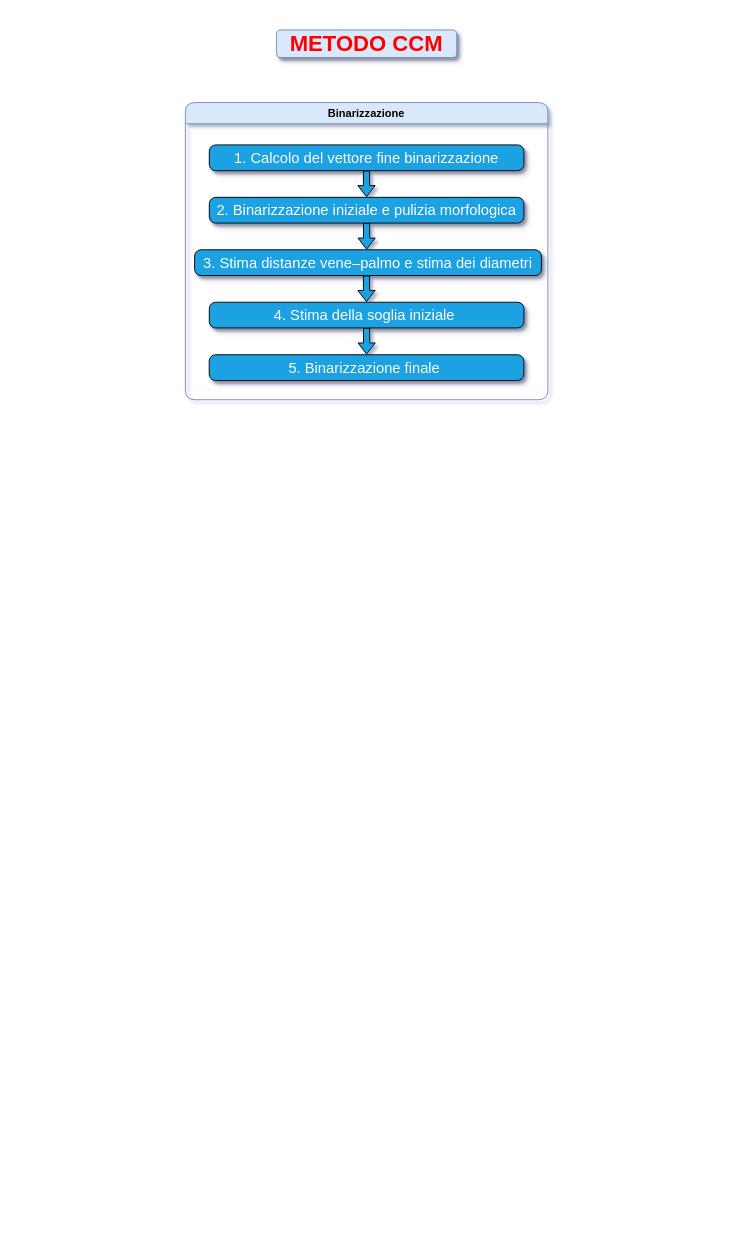
Before: page "Schematizzazione binarizzazione" (1 of 6) of Progetto Stolfi/doc/flowcharts/flowcharts_binarizzazione.drawio in NabboGamer/Progetto-Sensori, a draw.io diagram. Source tidied: cells renumbered, new cells numbered last; positions are measured from the earlier drawing's top-left corner, leaving out a move shared by most shapes. Both pictures are drawn from the tidied source at 92%, with x=0, y=0 at pixel (185, 29).
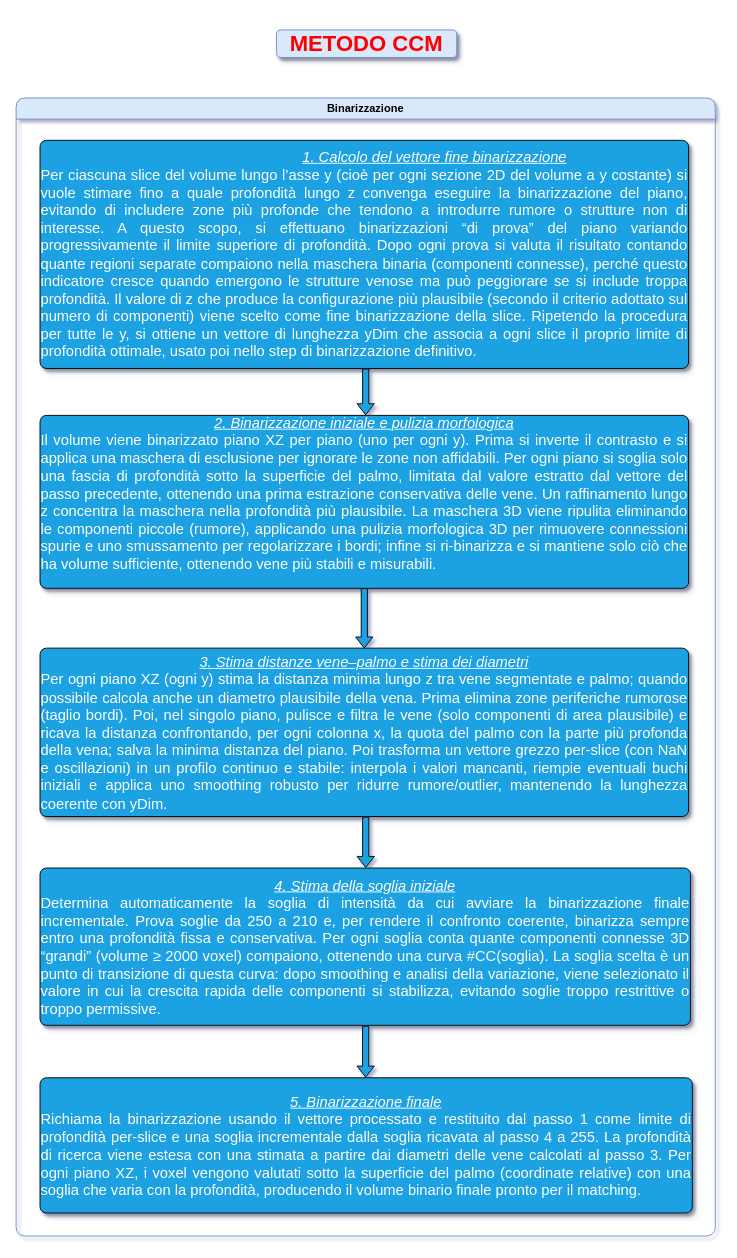
Above is the later version.

Commit message (it also covers changes not shown here):
αrefactor(doc):  Migliorati flowcharts in modo che siano autoesplicativi e comprensibili anche senza la visione della relazione

The edit, as a diff of the source:
```diff
@@
 <mxGraphModel shadow="1">
   <root>
     <mxCell id="0" />
     <mxCell id="1" parent="0" />
-    <mxCell id="2" value="&lt;h1&gt;&lt;font style=&quot;color: light-dark(rgb(255, 0, 0), rgb(237, 237, 237));&quot; face=&quot;Jetbrains Mono&quot;&gt;METODO CCM&lt;/font&gt;&lt;/h1&gt;" style="text;html=1;whiteSpace=wrap;strokeColor=#6c8ebf;fillColor=#dae8fc;align=center;verticalAlign=middle;rounded=1;fontFamily=Book Antiqua;shadow=1;perimeterSpacing=1;" parent="1" vertex="1">
+    <mxCell id="2" value="&lt;h1&gt;&lt;font style=&quot;color: light-dark(rgb(255, 0, 0), rgb(237, 237, 237));&quot; face=&quot;Helvetica&quot;&gt;METODO CCM&lt;/font&gt;&lt;/h1&gt;" style="text;html=1;whiteSpace=wrap;strokeColor=#6c8ebf;fillColor=#dae8fc;align=center;verticalAlign=middle;rounded=1;fontFamily=Book Antiqua;shadow=1;perimeterSpacing=1;" parent="1" vertex="1">
       <mxGeometry x="99" width="196" height="30" as="geometry" />
     </mxCell>
     <mxCell id="3" value="Binarizzazione" style="swimlane;whiteSpace=wrap;html=1;rounded=1;fillColor=#dae8fc;strokeColor=#6c8ebf;" parent="1" vertex="1">
-      <mxGeometry y="79" width="394" height="323" as="geometry" />
+      <mxGeometry x="-184" y="74" width="760" height="1237" as="geometry" />
     </mxCell>
-    <mxCell id="4" value="&lt;span style=&quot;font-size: 16px;&quot;&gt;1. Calcolo del vettore fine binarizzazione&lt;/span&gt;" style="rounded=1;whiteSpace=wrap;html=1;absoluteArcSize=1;arcSize=14;strokeWidth=1;shadow=1;fillColor=#1ba1e2;fontColor=#ffffff;strokeColor=light-dark(#000000, #51afe7);" parent="3" vertex="1">
-      <mxGeometry x="26" y="46" width="342" height="28" as="geometry" />
+    <mxCell id="4" value="&lt;div style=&quot;text-align: justify;&quot;&gt;&lt;span style=&quot;font-size: 16px; background-color: transparent; color: light-dark(rgb(255, 255, 255), rgb(18, 18, 18));&quot;&gt;&lt;u&gt;&lt;i&gt;&lt;span style=&quot;white-space: pre;&quot;&gt;&#9;&lt;/span&gt;&lt;span style=&quot;white-space: pre;&quot;&gt;&#9;&lt;/span&gt;&lt;span style=&quot;white-space: pre;&quot;&gt;&#9;&lt;/span&gt;&lt;span style=&quot;white-space: pre;&quot;&gt;&#9;&lt;/span&gt;&lt;span style=&quot;white-space: pre;&quot;&gt;&#9;&lt;/span&gt;&lt;span style=&quot;white-space: pre;&quot;&gt;&#9;&lt;/span&gt;&lt;span style=&quot;white-space: pre;&quot;&gt;&#9;&lt;/span&gt;&lt;span style=&quot;white-space: pre;&quot;&gt;&#9;&lt;/span&gt;1. Calcolo del vettore fine binarizzazione&lt;/i&gt;&lt;/u&gt;&lt;/span&gt;&lt;/div&gt;&lt;div style=&quot;text-align: justify;&quot;&gt;&lt;span style=&quot;font-size: 16px;&quot;&gt;Per ciascuna slice del volume lungo l’asse y (cioè per ogni sezione 2D del volume a y costante) si vuole stimare fino a quale profondità lungo z convenga eseguire la binarizzazione del piano, evitando di includere zone più profonde che tendono a introdurre rumore o strutture non di interesse. A questo scopo, si effettuano binarizzazioni “di prova” del piano variando progressivamente il limite superiore di profondità. Dopo ogni prova si valuta il risultato contando quante regioni separate compaiono nella maschera binaria (componenti connesse), perché questo indicatore cresce quando emergono le strutture venose ma può peggiorare se si include troppa profondità. Il valore di z che produce la configurazione più plausibile (secondo il criterio adottato sul numero di componenti) viene scelto come fine binarizzazione della slice. Ripetendo la procedura per tutte le y, si ottiene un vettore di lunghezza yDim che associa a ogni slice il proprio limite di profondità ottimale, usato poi nello step di binarizzazione definitivo.&lt;/span&gt;&lt;/div&gt;" style="rounded=1;whiteSpace=wrap;html=1;absoluteArcSize=1;arcSize=14;strokeWidth=1;shadow=1;fillColor=#1ba1e2;fontColor=#ffffff;strokeColor=light-dark(#000000, #51afe7);" parent="3" vertex="1">
+      <mxGeometry x="26" y="46" width="705" height="248" as="geometry" />
     </mxCell>
+    <mxCell id="6" style="verticalLabelPosition=bottom;verticalAlign=top;html=1;strokeWidth=1;shape=mxgraph.arrows2.arrow;dy=0.64;dx=12.04;notch=0;rotation=90;fillColor=#1ba1e2;fontColor=#ffffff;strokeColor=light-dark(#000000, #51afe7);" parent="3" vertex="1">
+      <mxGeometry x="355.1" y="310.1" width="49.8" height="18.8" as="geometry" />
+    </mxCell>
-    <mxCell id="5" value="&lt;font face=&quot;Helvetica&quot;&gt;&lt;span style=&quot;font-size: 16px;&quot;&gt;2.&amp;nbsp;&lt;/span&gt;&lt;span style=&quot;font-size: 12pt; line-height: 116%;&quot;&gt;Binarizzazione iniziale e pulizia morfologica&lt;/span&gt;&lt;/font&gt;" style="rounded=1;whiteSpace=wrap;html=1;absoluteArcSize=1;arcSize=14;strokeWidth=1;shadow=1;fillColor=#1ba1e2;fontColor=#ffffff;strokeColor=light-dark(#000000, #51afe7);" parent="3" vertex="1">
-      <mxGeometry x="26" y="103" width="342" height="28" as="geometry" />
+    <mxCell id="5" value="&lt;font face=&quot;Helvetica&quot;&gt;&lt;i&gt;&lt;u&gt;&lt;span style=&quot;font-size: 16px;&quot;&gt;2.&amp;nbsp;&lt;/span&gt;&lt;span style=&quot;font-size: 12pt; line-height: 116%;&quot;&gt;Binarizzazione iniziale e pulizia morfologica&lt;/span&gt;&lt;/u&gt;&lt;/i&gt;&lt;/font&gt;&lt;div&gt;&lt;div style=&quot;text-align: justify;&quot;&gt;&lt;span style=&quot;font-size: 16px; background-color: transparent; color: light-dark(rgb(255, 255, 255), rgb(18, 18, 18));&quot;&gt;Il volume viene binarizzato piano XZ per piano (uno per ogni y). Prima si inverte il contrasto e si applica una maschera di esclusione per ignorare le zone non affidabili. Per ogni piano si soglia solo una fascia di profondità sotto la superficie del palmo, limitata dal valore estratto dal vettore del passo precedente, ottenendo una prima estrazione conservativa delle vene. Un raffinamento lungo z concentra la maschera nella profondità più plausibile.&amp;nbsp;&lt;/span&gt;&lt;span style=&quot;background-color: transparent; text-align: center; font-size: 16px;&quot;&gt;La maschera 3D viene ripulita eliminando le componenti piccole (rumore), applicando una pulizia morfologica 3D per rimuovere connessioni spurie e uno smussamento per regolarizzare i bordi; infine si ri-binarizza e si mantiene solo ciò che ha volume sufficiente, ottenendo vene più stabili e misurabili.&lt;/span&gt;&lt;/div&gt;&lt;div style=&quot;text-align: justify;&quot;&gt;&lt;font face=&quot;Helvetica&quot;&gt;&lt;span style=&quot;font-size: 12pt; line-height: 116%;&quot;&gt;&lt;br&gt;&lt;/span&gt;&lt;/font&gt;&lt;/div&gt;&lt;/div&gt;" style="rounded=1;whiteSpace=wrap;html=1;absoluteArcSize=1;arcSize=14;strokeWidth=1;shadow=1;fillColor=#1ba1e2;fontColor=#ffffff;strokeColor=light-dark(#000000, #51afe7);" parent="3" vertex="1">
+      <mxGeometry x="26" y="345" width="705" height="188" as="geometry" />
     </mxCell>
-    <mxCell id="6" style="verticalLabelPosition=bottom;verticalAlign=top;html=1;strokeWidth=1;shape=mxgraph.arrows2.arrow;dy=0.64;dx=12.04;notch=0;rotation=90;fillColor=#1ba1e2;fontColor=#ffffff;strokeColor=light-dark(#000000, #51afe7);" parent="3" vertex="1">
-      <mxGeometry x="183" y="79" width="27.8" height="18.8" as="geometry" />
-    </mxCell>
+    <mxCell id="13" style="verticalLabelPosition=bottom;verticalAlign=top;html=1;strokeWidth=1;shape=mxgraph.arrows2.arrow;dy=0.64;dx=12.04;notch=0;rotation=90;fillColor=#1ba1e2;fontColor=#ffffff;strokeColor=light-dark(#000000, #51afe7);" parent="3" vertex="1">
+      <mxGeometry x="346.2" y="556.2" width="64.6" height="18.8" as="geometry" />
+    </mxCell>
-    <mxCell id="7" value="&lt;span style=&quot;font-size: 16px;&quot;&gt;3.&amp;nbsp;Stima distanze vene–palmo e stima dei diametri&lt;/span&gt;" style="rounded=1;whiteSpace=wrap;html=1;absoluteArcSize=1;arcSize=14;strokeWidth=1;shadow=1;fillColor=#1ba1e2;fontColor=#ffffff;strokeColor=light-dark(#000000, #51afe7);" parent="3" vertex="1">
-      <mxGeometry x="10" y="160" width="377" height="28" as="geometry" />
+    <mxCell id="7" value="&lt;span style=&quot;font-size: 16px;&quot;&gt;&lt;i&gt;&lt;u&gt;3.&amp;nbsp;Stima distanze vene–palmo e stima dei diametri&lt;/u&gt;&lt;/i&gt;&lt;/span&gt;&lt;div style=&quot;text-align: justify;&quot;&gt;&lt;span style=&quot;font-size: 16px;&quot;&gt;Per ogni piano XZ (ogni y) stima la distanza minima lungo z tra vene segmentate e palmo; quando possibile calcola anche un diametro plausibile della vena. Prima elimina zone periferiche rumorose (taglio bordi). Poi, nel singolo piano, pulisce e filtra le vene (solo componenti di area plausibile) e ricava la distanza confrontando, per ogni colonna x, la quota del palmo con la parte più profonda della vena; salva la minima distanza del piano. Poi t&lt;/span&gt;&lt;span style=&quot;background-color: transparent; text-align: center; font-size: 16px;&quot;&gt;rasforma un vettore grezzo per-slice (con NaN e oscillazioni) in un profilo continuo e stabile: interpola i valori mancanti, riempie eventuali buchi iniziali e applica uno smoothing robusto per ridurre rumore/outlier, mantenendo la lunghezza coerente con yDim.&lt;/span&gt;&lt;/div&gt;" style="rounded=1;whiteSpace=wrap;html=1;absoluteArcSize=1;arcSize=14;strokeWidth=1;shadow=1;fillColor=#1ba1e2;fontColor=#ffffff;strokeColor=light-dark(#000000, #51afe7);" parent="3" vertex="1">
+      <mxGeometry x="26" y="598" width="705" height="183" as="geometry" />
     </mxCell>
-    <mxCell id="8" style="verticalLabelPosition=bottom;verticalAlign=top;html=1;strokeWidth=1;shape=mxgraph.arrows2.arrow;dy=0.64;dx=12.04;notch=0;rotation=90;fillColor=#1ba1e2;fontColor=#ffffff;strokeColor=light-dark(#000000, #51afe7);" parent="3" vertex="1">
-      <mxGeometry x="183.1" y="136" width="27.8" height="18.8" as="geometry" />
-    </mxCell>
-    <mxCell id="9" value="&lt;span style=&quot;font-size: 16px;&quot;&gt;4. Stima della soglia iniziale&amp;nbsp;&lt;/span&gt;" style="rounded=1;whiteSpace=wrap;html=1;absoluteArcSize=1;arcSize=14;strokeWidth=1;shadow=1;fillColor=#1ba1e2;fontColor=#ffffff;strokeColor=light-dark(#000000, #51afe7);" parent="3" vertex="1">
-      <mxGeometry x="26" y="217" width="342" height="28" as="geometry" />
-    </mxCell>
-    <mxCell id="10" style="verticalLabelPosition=bottom;verticalAlign=top;html=1;strokeWidth=1;shape=mxgraph.arrows2.arrow;dy=0.64;dx=12.04;notch=0;rotation=90;fillColor=#1ba1e2;fontColor=#ffffff;strokeColor=light-dark(#000000, #51afe7);" parent="3" vertex="1">
-      <mxGeometry x="183" y="193" width="27.8" height="18.8" as="geometry" />
-    </mxCell>
-    <mxCell id="11" value="&lt;span style=&quot;font-size: 16px;&quot;&gt;5. Binarizzazione finale&amp;nbsp;&lt;/span&gt;" style="rounded=1;whiteSpace=wrap;html=1;absoluteArcSize=1;arcSize=14;strokeWidth=1;shadow=1;fillColor=#1ba1e2;fontColor=#ffffff;strokeColor=light-dark(#000000, #51afe7);perimeterSpacing=0;" parent="3" vertex="1">
-      <mxGeometry x="25.9" y="274.1" width="342" height="28" as="geometry" />
-    </mxCell>
-    <mxCell id="12" style="verticalLabelPosition=bottom;verticalAlign=top;html=1;strokeWidth=1;shape=mxgraph.arrows2.arrow;dy=0.64;dx=12.04;notch=0;rotation=90;fillColor=#1ba1e2;fontColor=#ffffff;strokeColor=light-dark(#000000, #51afe7);" parent="3" vertex="1">
-      <mxGeometry x="183.1" y="250" width="27.8" height="18.8" as="geometry" />
-    </mxCell>
+    <mxCell id="14" value="&lt;span style=&quot;font-size: 16px;&quot;&gt;&lt;i&gt;&lt;u&gt;4. Stima della soglia iniziale&lt;/u&gt;&lt;/i&gt;&lt;/span&gt;&lt;div style=&quot;text-align: justify;&quot;&gt;&lt;span style=&quot;font-size: 16px;&quot;&gt;Determina automaticamente la soglia di intensità da cui avviare la binarizzazione finale incrementale. Prova soglie da 250 a 210 e, per rendere il confronto coerente, binarizza sempre entro una profondità fissa e conservativa. Per ogni soglia conta quante componenti connesse 3D “grandi” (volume ≥ 2000 voxel) compaiono, ottenendo una curva #CC(soglia). La soglia scelta è un punto di transizione di questa curva: dopo smoothing e analisi della variazione, viene selezionato il valore in cui la crescita rapida delle componenti si stabilizza, evitando soglie troppo restrittive o troppo permissive.&lt;/span&gt;&lt;/div&gt;" style="rounded=1;whiteSpace=wrap;html=1;absoluteArcSize=1;arcSize=14;strokeWidth=1;shadow=1;fillColor=#1ba1e2;fontColor=#ffffff;strokeColor=light-dark(#000000, #51afe7);" parent="3" vertex="1">
+      <mxGeometry x="26" y="837" width="707" height="171" as="geometry" />
+    </mxCell>
+    <mxCell id="15" style="verticalLabelPosition=bottom;verticalAlign=top;html=1;strokeWidth=1;shape=mxgraph.arrows2.arrow;dy=0.64;dx=12.04;notch=0;rotation=90;fillColor=#1ba1e2;fontColor=#ffffff;strokeColor=light-dark(#000000, #51afe7);" parent="3" vertex="1">
+      <mxGeometry x="352.7" y="799.7" width="54.7" height="18.8" as="geometry" />
+    </mxCell>
+    <mxCell id="16" style="verticalLabelPosition=bottom;verticalAlign=top;html=1;strokeWidth=1;shape=mxgraph.arrows2.arrow;dy=0.64;dx=12.04;notch=0;rotation=90;fillColor=#1ba1e2;fontColor=#ffffff;strokeColor=light-dark(#000000, #51afe7);" parent="3" vertex="1">
+      <mxGeometry x="352.3" y="1027.3" width="55.3" height="18.8" as="geometry" />
+    </mxCell>
+    <mxCell id="17" value="&lt;span style=&quot;font-size: 16px;&quot;&gt;&lt;i&gt;&lt;u&gt;5. Binarizzazione finale&lt;/u&gt;&lt;/i&gt;&lt;/span&gt;&lt;div style=&quot;text-align: justify;&quot;&gt;&lt;span style=&quot;font-size: 16px;&quot;&gt;Richiama la binarizzazione usando il vettore processato e restituito dal passo 1 come limite di profondità per-slice e una soglia incrementale dalla soglia ricavata al passo 4 a 255. La profondità di ricerca viene estesa con una stimata a partire dai diametri delle vene calcolati al passo 3. Per ogni piano XZ, i voxel vengono valutati sotto la superficie del palmo (coordinate relative) con una soglia che varia con la profondità, producendo il volume binario finale pronto per il matching.&lt;/span&gt;&lt;/div&gt;" style="rounded=1;whiteSpace=wrap;html=1;absoluteArcSize=1;arcSize=14;strokeWidth=1;shadow=1;fillColor=#1ba1e2;fontColor=#ffffff;strokeColor=light-dark(#000000, #51afe7);perimeterSpacing=0;" parent="3" vertex="1">
+      <mxGeometry x="26" y="1065" width="709" height="147" as="geometry" />
+    </mxCell>
   </root>
 </mxGraphModel>
```
